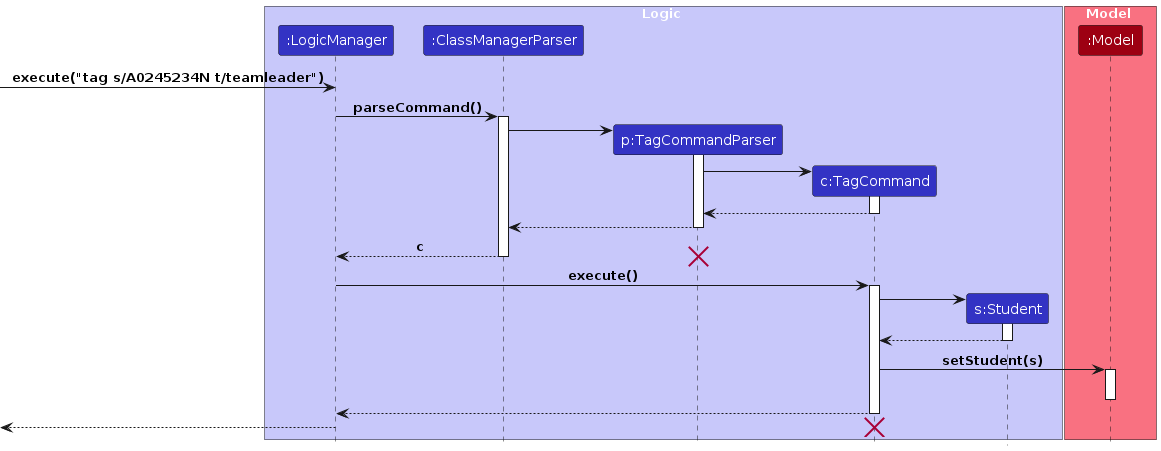
Before: diagrams/TagCommand.png, a diagram exported from PlantUML (AY2324S1-CS2103T-T11-1/tp). Its source is kept beside it as diagrams/TagCommand.puml.
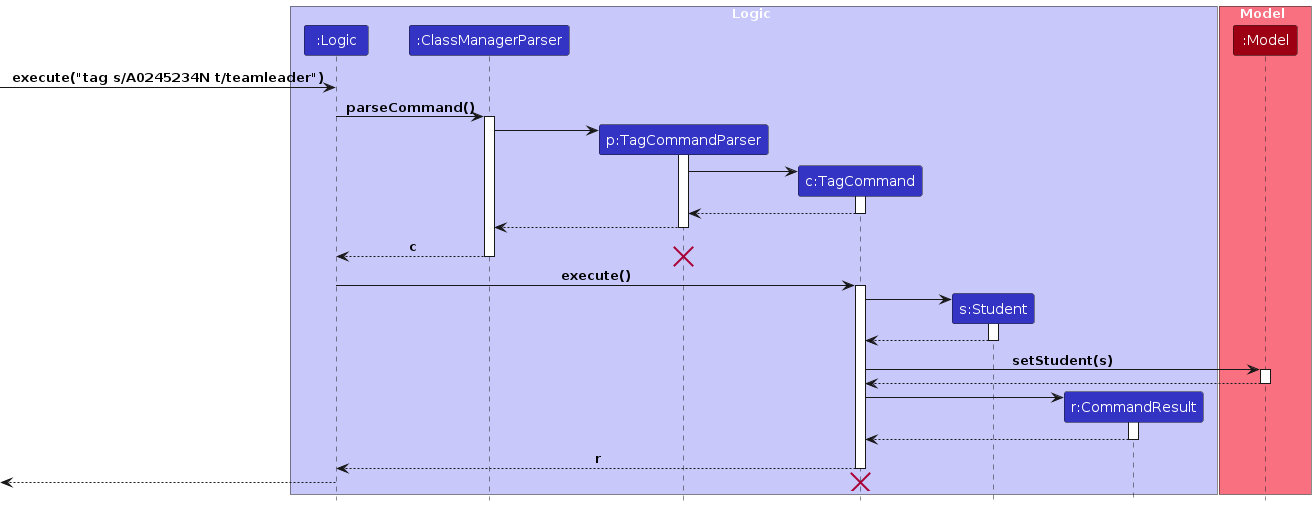
The same file after the commit.

The edit, as a diff of the source:
```diff
@@ -2,20 +2,21 @@
 !include style.puml
 
 box Logic LOGIC_COLOR_T1
-participant ":LogicManager" as LogicManager LOGIC_COLOR
+participant ":Logic" as Logic LOGIC_COLOR
 participant ":ClassManagerParser" as ClassManagerParser LOGIC_COLOR
 participant "p:TagCommandParser" as TagCommandParser LOGIC_COLOR
 participant "c:TagCommand" as TagCommand LOGIC_COLOR
 participant "s:Student" as Student LOGIC_COLOR
+participant "r:CommandResult" as CommandResult LOGIC_COLOR
 end box
 
 box Model MODEL_COLOR_T1
 participant ":Model" as Model MODEL_COLOR
 end box
 
-[-> LogicManager : execute("tag s/A0245234N t/teamleader")
+[-> Logic : execute("tag s/A0245234N t/teamleader")
 
-LogicManager -> ClassManagerParser : parseCommand()
+Logic -> ClassManagerParser : parseCommand()
 activate ClassManagerParser
 
 create TagCommandParser
@@ -32,11 +33,11 @@
 TagCommandParser --> ClassManagerParser
 deactivate TagCommandParser
 
-ClassManagerParser --> LogicManager : c
+ClassManagerParser --> Logic : c
 deactivate ClassManagerParser
 destroy TagCommandParser
 
-LogicManager -> TagCommand : execute()
+Logic -> TagCommand : execute()
 activate TagCommand
 
 create Student
@@ -48,13 +49,22 @@
 
 TagCommand -> Model : setStudent(s)
 activate Model
+
+Model --> TagCommand
 deactivate Model
 
-TagCommand --> LogicManager
+create CommandResult
+TagCommand -> CommandResult
+activate CommandResult
+
+CommandResult --> TagCommand
+deactivate CommandResult
+
+TagCommand --> Logic : r
 deactivate TagCommand
 
-[<--LogicManager
-deactivate LogicManager
+[<-- Logic
+deactivate Logic
 
 destroy TagCommand
 @enduml
```
